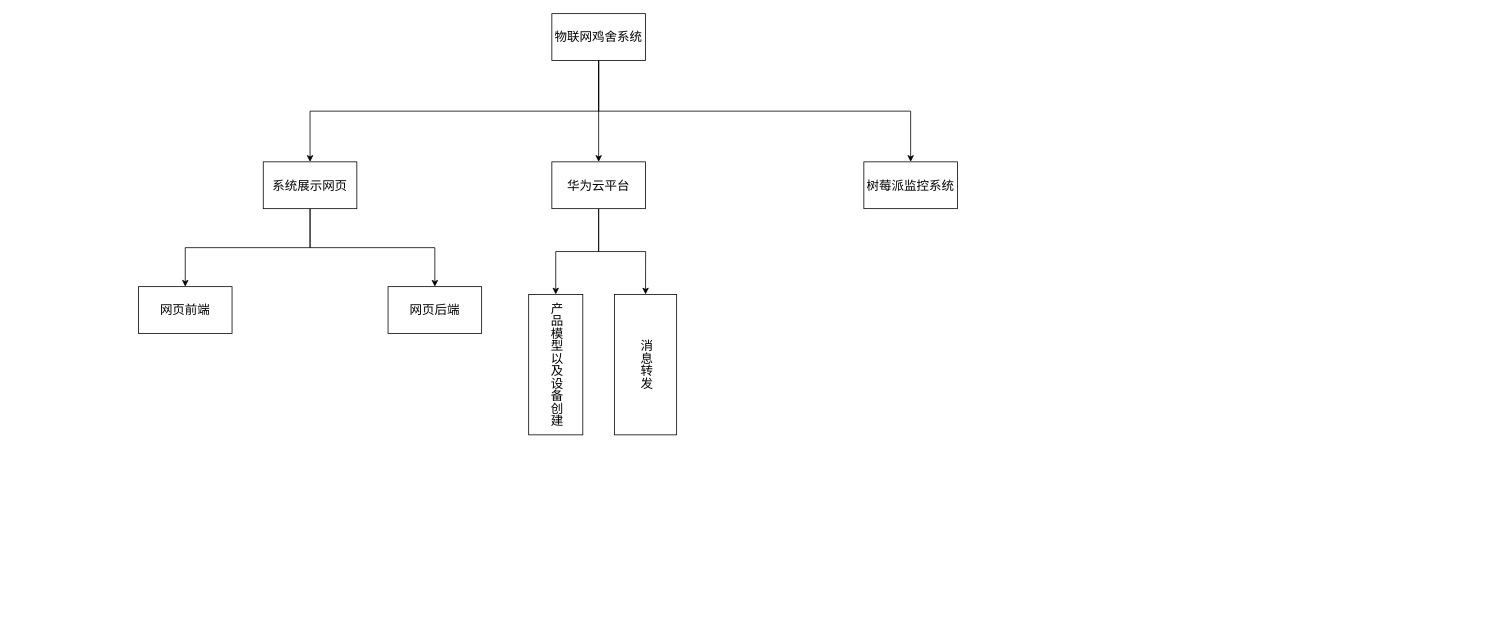
This is 总体设计.drawio from niusama2/papper_chart, a draw.io file, before an edit. Source tidied: cells renumbered, new cells numbered last; positions are measured from the earlier drawing's top-left corner, leaving out a move shared by most shapes. Both pictures are drawn from the tidied source at 78%, with x=0, y=0 at pixel (138, 13).
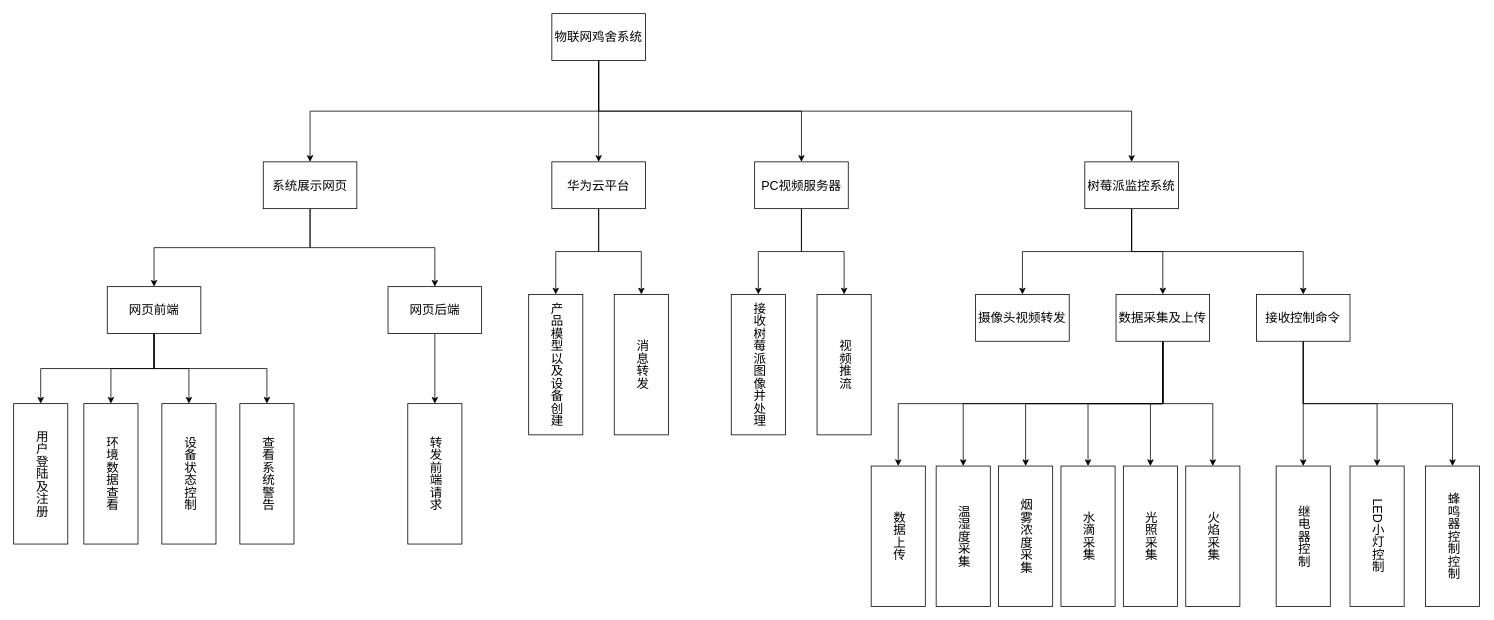
The same page after the edit.

Commit message (it also covers changes not shown here):
更新总体设计.drawio

Unchanged cells that the change refers to:
```xml
<mxCell id="5" value="&lt;font style=&quot;font-size: 16px;&quot;&gt;物联网鸡舍系统&lt;/font&gt;" style="rounded=0;whiteSpace=wrap;html=1;" parent="1" vertex="1">
  <mxGeometry x="530" width="120" height="60" as="geometry" />
</mxCell>
<mxCell id="14" value="&lt;font style=&quot;font-size: 16px;&quot;&gt;网页后端&lt;/font&gt;" style="rounded=0;whiteSpace=wrap;html=1;" parent="1" vertex="1">
  <mxGeometry x="320" y="350" width="120" height="60" as="geometry" />
</mxCell>
```

Diff of the diagram source:
```diff
@@
-<mxGraphModel>
+<mxGraphModel background="#FFFFFF">
@@
+    <mxCell id="17" style="edgeStyle=orthogonalEdgeStyle;rounded=0;jettySize=auto;html=1;exitX=0.5;exitY=1;exitDx=0;exitDy=0;" parent="1" edge="1" source="5" target="34">
+      <mxGeometry relative="1" as="geometry" />
+    </mxCell>
@@
+    <mxCell id="18" style="edgeStyle=orthogonalEdgeStyle;rounded=0;jettySize=auto;html=1;exitX=0.5;exitY=1;exitDx=0;exitDy=0;entryX=0.5;entryY=0;entryDx=0;entryDy=0;" parent="1" edge="1" source="12" target="31">
+      <mxGeometry relative="1" as="geometry" />
+    </mxCell>
+    <mxCell id="19" style="edgeStyle=orthogonalEdgeStyle;rounded=0;jettySize=auto;html=1;exitX=0.5;exitY=1;exitDx=0;exitDy=0;" parent="1" edge="1" source="12" target="43">
+      <mxGeometry relative="1" as="geometry" />
+    </mxCell>
+    <mxCell id="20" style="edgeStyle=orthogonalEdgeStyle;rounded=0;jettySize=auto;html=1;exitX=0.5;exitY=1;exitDx=0;exitDy=0;" parent="1" edge="1" source="12" target="47">
+      <mxGeometry relative="1" as="geometry" />
+    </mxCell>
     <mxCell id="12" value="&lt;font style=&quot;font-size: 16px;&quot;&gt;树莓派监控系统&lt;/font&gt;" style="rounded=0;whiteSpace=wrap;html=1;" parent="1" vertex="1">
-      <mxGeometry x="930" y="190" width="120" height="60" as="geometry" />
+      <mxGeometry x="1213.3" y="190" width="120" height="60" as="geometry" />
     </mxCell>
+    <mxCell id="21" style="edgeStyle=orthogonalEdgeStyle;rounded=0;jettySize=auto;html=1;exitX=0.5;exitY=1;exitDx=0;exitDy=0;" parent="1" edge="1" source="13" target="26">
+      <mxGeometry relative="1" as="geometry" />
+    </mxCell>
+    <mxCell id="22" style="edgeStyle=orthogonalEdgeStyle;rounded=0;jettySize=auto;html=1;exitX=0.5;exitY=1;exitDx=0;exitDy=0;entryX=0.5;entryY=0;entryDx=0;entryDy=0;" parent="1" edge="1" source="13" target="27">
+      <mxGeometry relative="1" as="geometry" />
+    </mxCell>
+    <mxCell id="23" style="edgeStyle=orthogonalEdgeStyle;rounded=0;jettySize=auto;html=1;exitX=0.5;exitY=1;exitDx=0;exitDy=0;entryX=0.5;entryY=0;entryDx=0;entryDy=0;" parent="1" edge="1" source="13" target="28">
+      <mxGeometry relative="1" as="geometry" />
+    </mxCell>
+    <mxCell id="24" style="edgeStyle=orthogonalEdgeStyle;rounded=0;jettySize=auto;html=1;exitX=0.5;exitY=1;exitDx=0;exitDy=0;entryX=0.5;entryY=0;entryDx=0;entryDy=0;" parent="1" edge="1" source="13" target="29">
+      <mxGeometry relative="1" as="geometry" />
+    </mxCell>
     <mxCell id="13" value="&lt;font style=&quot;font-size: 16px;&quot;&gt;网页前端&lt;/font&gt;" style="rounded=0;whiteSpace=wrap;html=1;" parent="1" vertex="1">
-      <mxGeometry y="350" width="120" height="60" as="geometry" />
+      <mxGeometry x="-40" y="350" width="120" height="60" as="geometry" />
     </mxCell>
+    <mxCell id="25" style="edgeStyle=orthogonalEdgeStyle;rounded=0;jettySize=auto;html=1;exitX=0.5;exitY=1;exitDx=0;exitDy=0;entryX=0.5;entryY=0;entryDx=0;entryDy=0;" parent="1" edge="1" source="14" target="30">
+      <mxGeometry relative="1" as="geometry" />
+    </mxCell>
@@
+    <mxCell id="26" value="&lt;font style=&quot;font-size: 16px;&quot;&gt;用户登陆及注册&lt;/font&gt;" style="rounded=0;whiteSpace=wrap;html=1;textDirection=vertical-lr;" parent="1" vertex="1">
+      <mxGeometry x="-160" y="500" width="69.4" height="180" as="geometry" />
+    </mxCell>
+    <mxCell id="27" value="&lt;span style=&quot;font-size: 16px;&quot;&gt;环境数据查看&lt;/span&gt;" style="rounded=0;whiteSpace=wrap;html=1;textDirection=vertical-lr;" parent="1" vertex="1">
+      <mxGeometry x="-70" y="500" width="69.4" height="180" as="geometry" />
+    </mxCell>
+    <mxCell id="28" value="&lt;span style=&quot;font-size: 16px;&quot;&gt;设备状态控制&lt;/span&gt;" style="rounded=0;whiteSpace=wrap;html=1;textDirection=vertical-lr;" parent="1" vertex="1">
+      <mxGeometry x="30" y="500" width="69.4" height="180" as="geometry" />
+    </mxCell>
+    <mxCell id="29" value="&lt;span style=&quot;font-size: 16px;&quot;&gt;查看系统警告&lt;/span&gt;" style="rounded=0;whiteSpace=wrap;html=1;textDirection=vertical-lr;" parent="1" vertex="1">
+      <mxGeometry x="130" y="500" width="69.4" height="180" as="geometry" />
+    </mxCell>
+    <mxCell id="30" value="&lt;span style=&quot;font-size: 16px;&quot;&gt;转发前端请求&lt;/span&gt;" style="rounded=0;whiteSpace=wrap;html=1;textDirection=vertical-lr;" parent="1" vertex="1">
+      <mxGeometry x="345.3" y="500" width="69.4" height="180" as="geometry" />
+    </mxCell>
-    <mxCell id="16" value="&lt;font&gt;消息转发&lt;/font&gt;" style="rounded=0;whiteSpace=wrap;html=1;textDirection=vertical-lr;fontSize=16;" parent="1" vertex="1">
-      <mxGeometry x="610.3" y="360" width="79.7" height="180" as="geometry" />
+    <mxCell id="16" value="&lt;font style=&quot;font-size: 16px;&quot;&gt;消息转发&lt;/font&gt;" style="rounded=0;whiteSpace=wrap;html=1;textDirection=vertical-lr;" parent="1" vertex="1">
+      <mxGeometry x="610" y="360" width="69.4" height="180" as="geometry" />
     </mxCell>
+    <mxCell id="31" value="&lt;font style=&quot;font-size: 16px;&quot;&gt;摄像头视频转发&lt;/font&gt;" style="rounded=0;whiteSpace=wrap;html=1;" parent="1" vertex="1">
+      <mxGeometry x="1073.3" y="360" width="120" height="60" as="geometry" />
+    </mxCell>
+    <mxCell id="32" style="edgeStyle=orthogonalEdgeStyle;rounded=0;jettySize=auto;html=1;exitX=0.5;exitY=1;exitDx=0;exitDy=0;entryX=0.5;entryY=0;entryDx=0;entryDy=0;" parent="1" edge="1" source="34" target="35">
+      <mxGeometry relative="1" as="geometry" />
+    </mxCell>
+    <mxCell id="33" style="edgeStyle=orthogonalEdgeStyle;rounded=0;jettySize=auto;html=1;exitX=0.5;exitY=1;exitDx=0;exitDy=0;entryX=0.5;entryY=0;entryDx=0;entryDy=0;" parent="1" edge="1" source="34" target="36">
+      <mxGeometry relative="1" as="geometry" />
+    </mxCell>
+    <mxCell id="34" value="&lt;font style=&quot;font-size: 16px;&quot;&gt;PC视频服务器&lt;/font&gt;" style="rounded=0;whiteSpace=wrap;html=1;" parent="1" vertex="1">
+      <mxGeometry x="790" y="190" width="120" height="60" as="geometry" />
+    </mxCell>
+    <mxCell id="35" value="&lt;font style=&quot;font-size: 16px;&quot;&gt;接收树莓派图像并处理&lt;/font&gt;" style="rounded=0;whiteSpace=wrap;html=1;textDirection=vertical-lr;" parent="1" vertex="1">
+      <mxGeometry x="760" y="360" width="69.4" height="180" as="geometry" />
+    </mxCell>
+    <mxCell id="36" value="&lt;font style=&quot;font-size: 16px;&quot;&gt;视频推流&lt;/font&gt;" style="rounded=0;whiteSpace=wrap;html=1;textDirection=vertical-lr;" parent="1" vertex="1">
+      <mxGeometry x="870" y="360" width="69.4" height="180" as="geometry" />
+    </mxCell>
+    <mxCell id="37" style="edgeStyle=orthogonalEdgeStyle;rounded=0;jettySize=auto;html=1;exitX=0.5;exitY=1;exitDx=0;exitDy=0;entryX=0.5;entryY=0;entryDx=0;entryDy=0;" parent="1" edge="1" source="43" target="48">
+      <mxGeometry relative="1" as="geometry" />
+    </mxCell>
+    <mxCell id="38" style="edgeStyle=orthogonalEdgeStyle;rounded=0;jettySize=auto;html=1;exitX=0.5;exitY=1;exitDx=0;exitDy=0;entryX=0.5;entryY=0;entryDx=0;entryDy=0;" parent="1" edge="1" source="43" target="49">
+      <mxGeometry relative="1" as="geometry" />
+    </mxCell>
+    <mxCell id="39" style="edgeStyle=orthogonalEdgeStyle;rounded=0;jettySize=auto;html=1;exitX=0.5;exitY=1;exitDx=0;exitDy=0;entryX=0.5;entryY=0;entryDx=0;entryDy=0;" parent="1" edge="1" source="43" target="50">
+      <mxGeometry relative="1" as="geometry" />
+    </mxCell>
+    <mxCell id="40" style="edgeStyle=orthogonalEdgeStyle;rounded=0;jettySize=auto;html=1;exitX=0.5;exitY=1;exitDx=0;exitDy=0;entryX=0.5;entryY=0;entryDx=0;entryDy=0;" parent="1" edge="1" source="43" target="51">
+      <mxGeometry relative="1" as="geometry" />
+    </mxCell>
+    <mxCell id="41" style="edgeStyle=orthogonalEdgeStyle;rounded=0;jettySize=auto;html=1;exitX=0.5;exitY=1;exitDx=0;exitDy=0;entryX=0.5;entryY=0;entryDx=0;entryDy=0;" parent="1" edge="1" source="43" target="52">
+      <mxGeometry relative="1" as="geometry" />
+    </mxCell>
+    <mxCell id="42" style="edgeStyle=orthogonalEdgeStyle;rounded=0;jettySize=auto;html=1;exitX=0.5;exitY=1;exitDx=0;exitDy=0;entryX=0.5;entryY=0;entryDx=0;entryDy=0;" parent="1" edge="1" source="43" target="53">
+      <mxGeometry relative="1" as="geometry" />
+    </mxCell>
+    <mxCell id="43" value="&lt;font style=&quot;font-size: 16px;&quot;&gt;数据采集及上传&lt;/font&gt;" style="rounded=0;whiteSpace=wrap;html=1;" parent="1" vertex="1">
+      <mxGeometry x="1253.3" y="360" width="120" height="60" as="geometry" />
+    </mxCell>
+    <mxCell id="44" style="edgeStyle=orthogonalEdgeStyle;rounded=0;jettySize=auto;html=1;exitX=0.5;exitY=1;exitDx=0;exitDy=0;entryX=0.5;entryY=0;entryDx=0;entryDy=0;" parent="1" edge="1" source="47" target="54">
+      <mxGeometry relative="1" as="geometry" />
+    </mxCell>
+    <mxCell id="45" style="edgeStyle=orthogonalEdgeStyle;rounded=0;jettySize=auto;html=1;exitX=0.5;exitY=1;exitDx=0;exitDy=0;entryX=0.5;entryY=0;entryDx=0;entryDy=0;" parent="1" edge="1" source="47" target="55">
+      <mxGeometry relative="1" as="geometry" />
+    </mxCell>
+    <mxCell id="46" style="edgeStyle=orthogonalEdgeStyle;rounded=0;jettySize=auto;html=1;exitX=0.5;exitY=1;exitDx=0;exitDy=0;entryX=0.5;entryY=0;entryDx=0;entryDy=0;" parent="1" edge="1" source="47" target="56">
+      <mxGeometry relative="1" as="geometry" />
+    </mxCell>
+    <mxCell id="47" value="&lt;font style=&quot;font-size: 16px;&quot;&gt;接收控制命令&lt;/font&gt;" style="rounded=0;whiteSpace=wrap;html=1;" parent="1" vertex="1">
+      <mxGeometry x="1433.3" y="360" width="120" height="60" as="geometry" />
+    </mxCell>
+    <mxCell id="48" value="&lt;font style=&quot;font-size: 16px;&quot;&gt;数据上传&lt;/font&gt;" style="rounded=0;whiteSpace=wrap;html=1;textDirection=vertical-lr;" parent="1" vertex="1">
+      <mxGeometry x="939.4" y="580" width="69.4" height="180" as="geometry" />
+    </mxCell>
+    <mxCell id="49" value="&lt;font style=&quot;font-size: 16px;&quot;&gt;温湿度采集&lt;/font&gt;" style="rounded=0;whiteSpace=wrap;html=1;textDirection=vertical-lr;" parent="1" vertex="1">
+      <mxGeometry x="1022.7" y="580" width="69.4" height="180" as="geometry" />
+    </mxCell>
+    <mxCell id="50" value="&lt;font style=&quot;font-size: 16px;&quot;&gt;烟雾浓度采集&lt;/font&gt;" style="rounded=0;whiteSpace=wrap;html=1;textDirection=vertical-lr;" parent="1" vertex="1">
+      <mxGeometry x="1102.7" y="580" width="69.4" height="180" as="geometry" />
+    </mxCell>
+    <mxCell id="51" value="&lt;span style=&quot;font-size: 16px;&quot;&gt;水滴采集&lt;/span&gt;" style="rounded=0;whiteSpace=wrap;html=1;textDirection=vertical-lr;" parent="1" vertex="1">
+      <mxGeometry x="1182.7" y="580" width="69.4" height="180" as="geometry" />
+    </mxCell>
+    <mxCell id="52" value="&lt;font style=&quot;font-size: 16px;&quot;&gt;光照采集&lt;/font&gt;" style="rounded=0;whiteSpace=wrap;html=1;textDirection=vertical-lr;" parent="1" vertex="1">
+      <mxGeometry x="1262.7" y="580" width="69.4" height="180" as="geometry" />
+    </mxCell>
+    <mxCell id="53" value="&lt;font style=&quot;font-size: 16px;&quot;&gt;火焰采集&lt;/font&gt;" style="rounded=0;whiteSpace=wrap;html=1;textDirection=vertical-lr;" parent="1" vertex="1">
+      <mxGeometry x="1342.7" y="580" width="69.4" height="180" as="geometry" />
+    </mxCell>
+    <mxCell id="54" value="&lt;span style=&quot;font-size: 16px;&quot;&gt;继电器控制&lt;/span&gt;" style="rounded=0;whiteSpace=wrap;html=1;textDirection=vertical-lr;" parent="1" vertex="1">
+      <mxGeometry x="1458.6" y="580" width="69.4" height="180" as="geometry" />
+    </mxCell>
+    <mxCell id="55" value="&lt;font style=&quot;font-size: 16px;&quot;&gt;LED小灯控制&lt;/font&gt;" style="rounded=0;whiteSpace=wrap;html=1;textDirection=vertical-lr;" parent="1" vertex="1">
+      <mxGeometry x="1553.3" y="580" width="69.4" height="180" as="geometry" />
+    </mxCell>
+    <mxCell id="56" value="&lt;font style=&quot;font-size: 16px;&quot;&gt;蜂鸣器控制控制&lt;/font&gt;" style="rounded=0;whiteSpace=wrap;html=1;textDirection=vertical-lr;" parent="1" vertex="1">
+      <mxGeometry x="1650" y="580" width="69.4" height="180" as="geometry" />
+    </mxCell>
```
